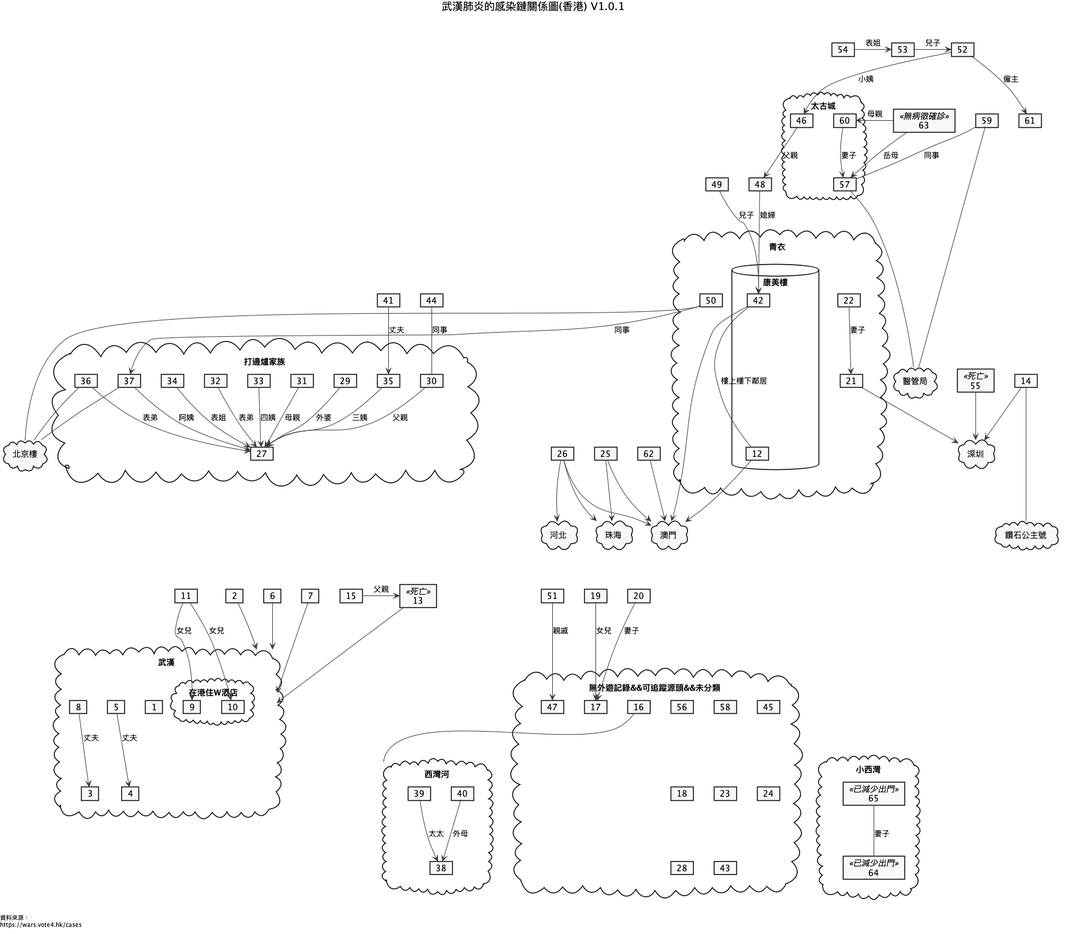
Before: wuhan-virus-spread-hongkong.png, a diagram exported from PlantUML (benlau/wuhan-virus-info).
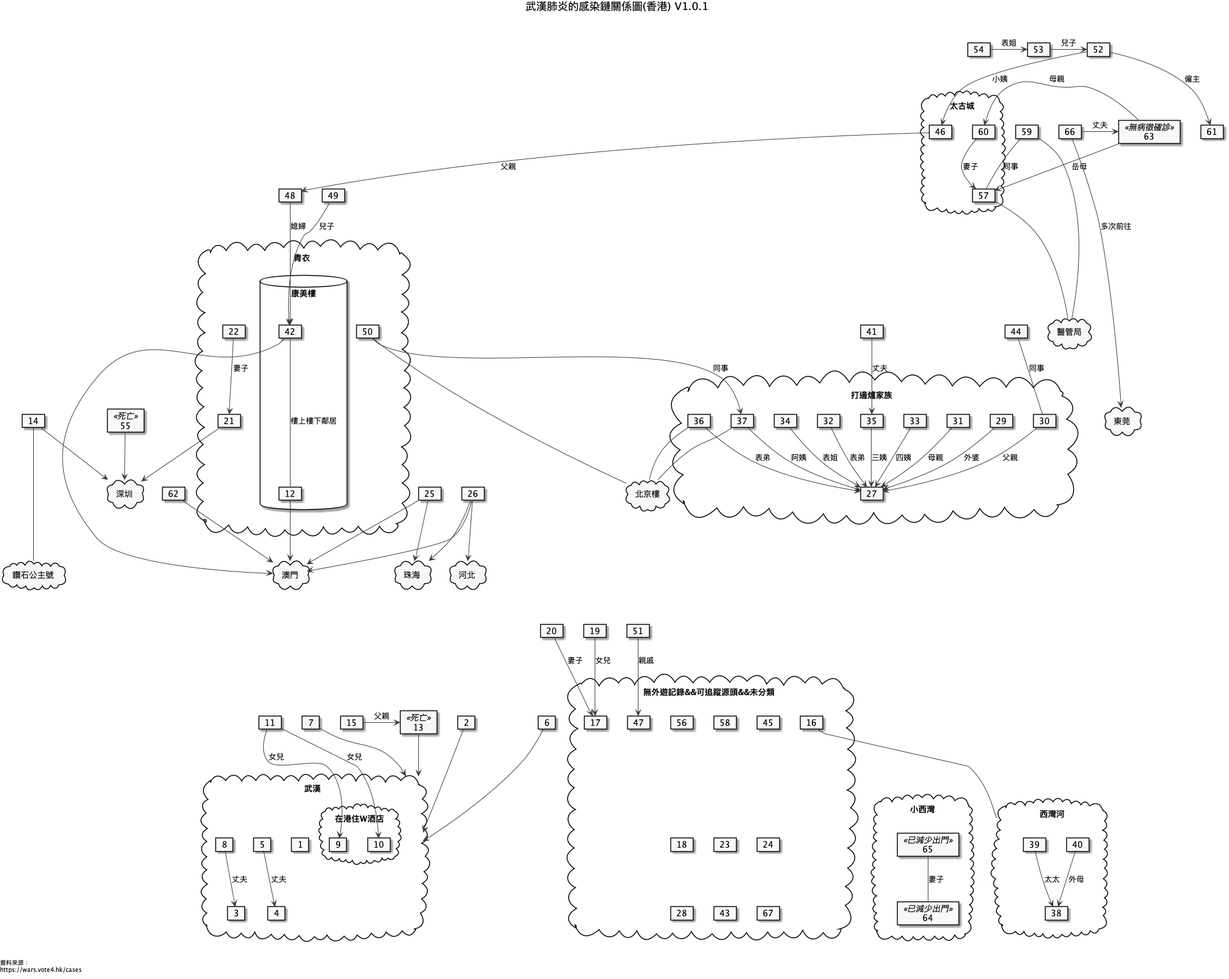
After the change.

Change to the diagram source:
```diff
@@ -1,7 +1,6 @@
 @startuml
 
 skinparam classAttributeIconSize 0
-skinparam shadowing false
 hide circle
 skinparam monochrome true
 
@@ -95,6 +94,7 @@
   card 28
   card 43
   card 47
+	card 67
 }
 
 cloud "澳門" as Macau
@@ -125,6 +125,7 @@
 
 cloud "醫管局" as HA
 cloud "河北"
+cloud "東莞"
 
 card 59
 card 14
@@ -149,6 +150,7 @@
 card 55 <<死亡>>
 card 62
 card 63 <<無病徵確診>>
+card 66
 
 49 --> 42: 兒子
 46 --> 48: 父親
@@ -179,8 +181,8 @@
 53 -> 52: 兒子
 54 -> 53: 表姐
 55 --> ShenZhen
-59 --- HA
-57 --- HA
+59 -- HA
+57 -- HA
 60 --> 57: 妻子
 14 --> ShenZhen
 50 --- PekingRest
@@ -192,10 +194,15 @@
 63-> 57: 岳母
 59 -- 57: 同事
 65 -- 64: 妻子
+66 -> 63: 丈夫
+66 ----> 東莞: 多次前往
 
-TsingYi -[hidden]----- Wuhan
-HotPotFamily -[hidden]---- NoRecord
-SaiWanHo -[hidden] 小西灣
+
+
+TsingYi -[hidden]------ Wuhan
+TsingYi -[hidden]----- NoRecord
+NoRecord -[hidden]- SaiWanHo
+NoRecord -[hidden]- 小西灣
 
 left footer
 資料來源：
```
